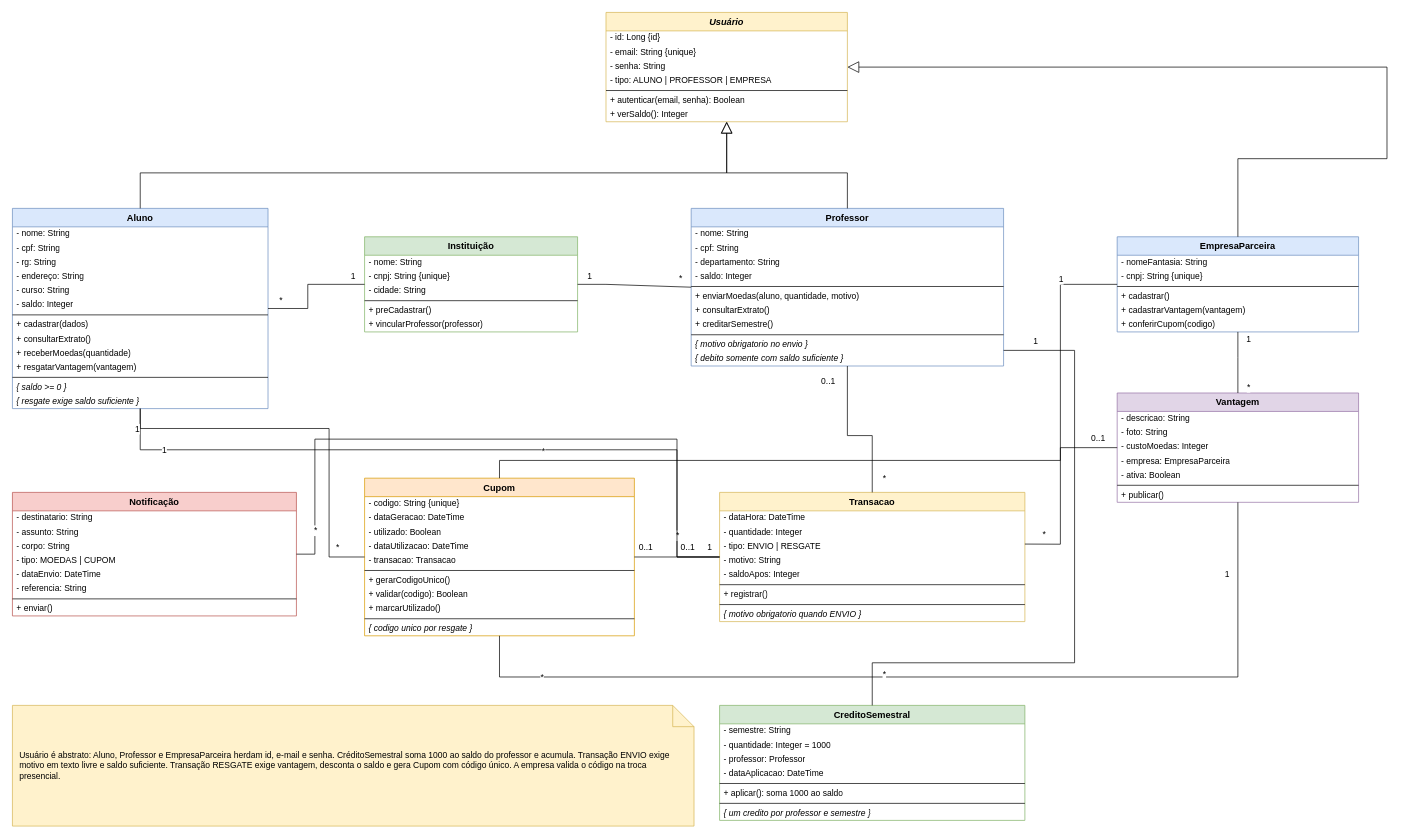
Earlier version of the draw.io diagram Diagramas/02-diagrama-de-classes.drawio (Kennykiller36/Sistema-de-Moeda-Estudantil). Source tidied: cells renumbered, new cells numbered last; positions are measured from the earlier drawing's top-left corner, leaving out a move shared by most shapes. Both pictures are drawn from the tidied source at 71%, with x=0, y=0 at pixel (12, 12).
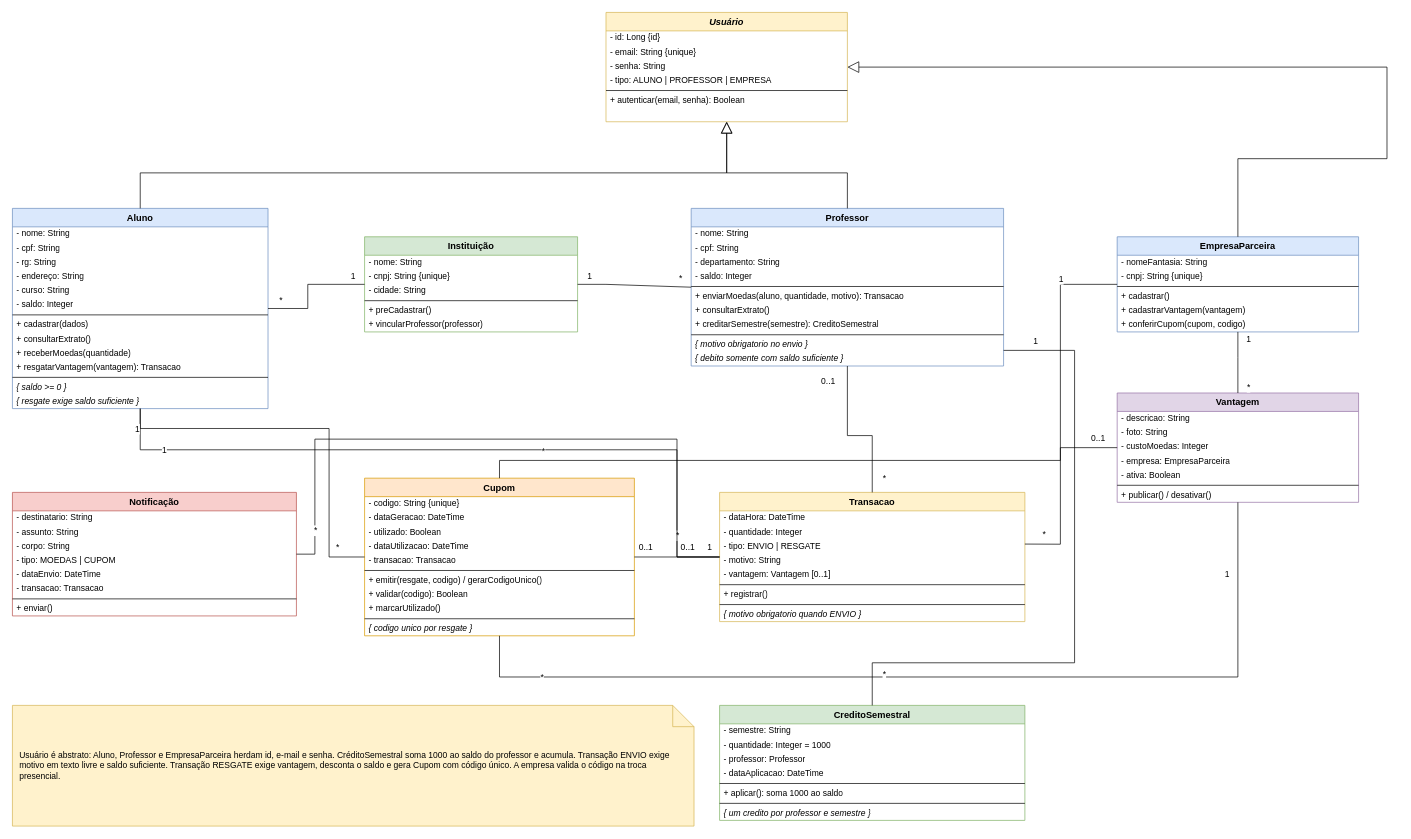
After the change.

The change refers to these unchanged cells:
```xml
<mxCell id="2" value="Usuário" style="swimlane;fontStyle=3;align=center;startSize=26;horizontal=1;whiteSpace=wrap;html=1;fontSize=13;fillColor=#fff2cc;strokeColor=#d6b656;" parent="1" vertex="1">
  <mxGeometry x="836" width="340" height="154" as="geometry" />
</mxCell>
<mxCell id="10" value="Aluno" style="swimlane;fontStyle=1;align=center;startSize=26;horizontal=1;whiteSpace=wrap;html=1;fontSize=13;fillColor=#dae8fc;strokeColor=#6c8ebf;" parent="1" vertex="1">
  <mxGeometry y="276" width="360" height="282" as="geometry" />
</mxCell>
<mxCell id="32" value="Professor" style="swimlane;fontStyle=1;align=center;startSize=26;horizontal=1;whiteSpace=wrap;html=1;fontSize=13;fillColor=#dae8fc;strokeColor=#6c8ebf;" parent="1" vertex="1">
  <mxGeometry x="956" y="276" width="440" height="222" as="geometry" />
</mxCell>
<mxCell id="44" value="EmpresaParceira" style="swimlane;fontStyle=1;align=center;startSize=26;horizontal=1;whiteSpace=wrap;html=1;fontSize=13;fillColor=#dae8fc;strokeColor=#6c8ebf;" parent="1" vertex="1">
  <mxGeometry x="1556" y="316" width="340" height="134" as="geometry" />
</mxCell>
<mxCell id="51" value="Vantagem" style="swimlane;fontStyle=1;align=center;startSize=26;horizontal=1;whiteSpace=wrap;html=1;fontSize=13;fillColor=#e1d5e7;strokeColor=#9673a6;" parent="1" vertex="1">
  <mxGeometry x="1556" y="536" width="340" height="154" as="geometry" />
</mxCell>
<mxCell id="59" value="Notificação" style="swimlane;fontStyle=1;align=center;startSize=26;horizontal=1;whiteSpace=wrap;html=1;fontSize=13;fillColor=#f8cecc;strokeColor=#b85450;" parent="1" vertex="1">
  <mxGeometry y="676" width="400" height="174" as="geometry" />
</mxCell>
<mxCell id="68" value="Cupom" style="swimlane;fontStyle=1;align=center;startSize=26;horizontal=1;whiteSpace=wrap;html=1;fontSize=13;fillColor=#ffe6cc;strokeColor=#d79b00;" parent="1" vertex="1">
  <mxGeometry x="496" y="656" width="380" height="222" as="geometry" />
</mxCell>
<mxCell id="80" value="Transacao" style="swimlane;fontStyle=1;align=center;startSize=26;horizontal=1;whiteSpace=wrap;html=1;fontSize=13;fillColor=#fff2cc;strokeColor=#d6b656;" parent="1" vertex="1">
  <mxGeometry x="996" y="676" width="430" height="182" as="geometry" />
</mxCell>
```

What changed in the source:
```diff
@@
-    <mxCell id="9" value="+ verSaldo(): Integer" style="text;strokeColor=none;fillColor=none;align=left;verticalAlign=middle;spacingLeft=4;spacingRight=4;overflow=hidden;fontSize=12;html=1;" parent="2" vertex="1">
-      <mxGeometry y="134" width="340" height="20" as="geometry" />
-    </mxCell>
@@
-    <mxCell id="21" value="+ resgatarVantagem(vantagem)" style="text;strokeColor=none;fillColor=none;align=left;verticalAlign=middle;spacingLeft=4;spacingRight=4;overflow=hidden;fontSize=12;html=1;" parent="10" vertex="1">
+    <mxCell id="21" value="+ resgatarVantagem(vantagem): Transacao" style="text;strokeColor=none;fillColor=none;align=left;verticalAlign=middle;spacingLeft=4;spacingRight=4;overflow=hidden;fontSize=12;html=1;" parent="10" vertex="1">
       <mxGeometry y="214" width="360" height="20" as="geometry" />
     </mxCell>
@@
-    <mxCell id="38" value="+ enviarMoedas(aluno, quantidade, motivo)" style="text;strokeColor=none;fillColor=none;align=left;verticalAlign=middle;spacingLeft=4;spacingRight=4;overflow=hidden;fontSize=12;html=1;" parent="32" vertex="1">
+    <mxCell id="38" value="+ enviarMoedas(aluno, quantidade, motivo): Transacao" style="text;strokeColor=none;fillColor=none;align=left;verticalAlign=middle;spacingLeft=4;spacingRight=4;overflow=hidden;fontSize=12;html=1;" parent="32" vertex="1">
       <mxGeometry y="114" width="440" height="20" as="geometry" />
     </mxCell>
@@
-    <mxCell id="40" value="+ creditarSemestre()" style="text;strokeColor=none;fillColor=none;align=left;verticalAlign=middle;spacingLeft=4;spacingRight=4;overflow=hidden;fontSize=12;html=1;" parent="32" vertex="1">
+    <mxCell id="40" value="+ creditarSemestre(semestre): CreditoSemestral" style="text;strokeColor=none;fillColor=none;align=left;verticalAlign=middle;spacingLeft=4;spacingRight=4;overflow=hidden;fontSize=12;html=1;" parent="32" vertex="1">
       <mxGeometry y="154" width="440" height="20" as="geometry" />
     </mxCell>
@@
-    <mxCell id="50" value="+ conferirCupom(codigo)" style="text;strokeColor=none;fillColor=none;align=left;verticalAlign=middle;spacingLeft=4;spacingRight=4;overflow=hidden;fontSize=12;html=1;" parent="44" vertex="1">
+    <mxCell id="50" value="+ conferirCupom(cupom, codigo)" style="text;strokeColor=none;fillColor=none;align=left;verticalAlign=middle;spacingLeft=4;spacingRight=4;overflow=hidden;fontSize=12;html=1;" parent="44" vertex="1">
       <mxGeometry y="114" width="340" height="20" as="geometry" />
     </mxCell>
@@
-    <mxCell id="58" value="+ publicar()" style="text;strokeColor=none;fillColor=none;align=left;verticalAlign=middle;spacingLeft=4;spacingRight=4;overflow=hidden;fontSize=12;html=1;" parent="51" vertex="1">
+    <mxCell id="58" value="+ publicar() / desativar()" style="text;strokeColor=none;fillColor=none;align=left;verticalAlign=middle;spacingLeft=4;spacingRight=4;overflow=hidden;fontSize=12;html=1;" parent="51" vertex="1">
       <mxGeometry y="134" width="340" height="20" as="geometry" />
     </mxCell>
@@
-    <mxCell id="65" value="- referencia: String" style="text;strokeColor=none;fillColor=none;align=left;verticalAlign=middle;spacingLeft=4;spacingRight=4;overflow=hidden;fontSize=12;html=1;" parent="59" vertex="1">
+    <mxCell id="65" value="- transacao: Transacao" style="text;strokeColor=none;fillColor=none;align=left;verticalAlign=middle;spacingLeft=4;spacingRight=4;overflow=hidden;fontSize=12;html=1;" parent="59" vertex="1">
       <mxGeometry y="126" width="400" height="20" as="geometry" />
     </mxCell>
@@
-    <mxCell id="75" value="+ gerarCodigoUnico()" style="text;strokeColor=none;fillColor=none;align=left;verticalAlign=middle;spacingLeft=4;spacingRight=4;overflow=hidden;fontSize=12;html=1;" parent="68" vertex="1">
+    <mxCell id="75" value="+ emitir(resgate, codigo) / gerarCodigoUnico()" style="text;strokeColor=none;fillColor=none;align=left;verticalAlign=middle;spacingLeft=4;spacingRight=4;overflow=hidden;fontSize=12;html=1;" parent="68" vertex="1">
       <mxGeometry y="134" width="380" height="20" as="geometry" />
     </mxCell>
@@
-    <mxCell id="85" value="- saldoApos: Integer" style="text;strokeColor=none;fillColor=none;align=left;verticalAlign=middle;spacingLeft=4;spacingRight=4;overflow=hidden;fontSize=12;html=1;" parent="80" vertex="1">
+    <mxCell id="85" value="- vantagem: Vantagem [0..1]" style="text;strokeColor=none;fillColor=none;align=left;verticalAlign=middle;spacingLeft=4;spacingRight=4;overflow=hidden;fontSize=12;html=1;" parent="80" vertex="1">
       <mxGeometry y="106" width="430" height="20" as="geometry" />
     </mxCell>
```
